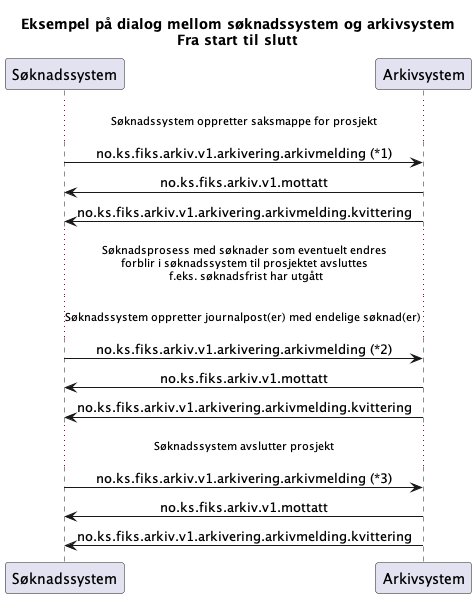
ks-no/fiks-arkiv-specification keeps this PlantUML diagram as Dokumentasjon/V1/UseCases/Søknadssystem-med-søknadsfrist/meldingsutveksling.png. Above is the earlier version.
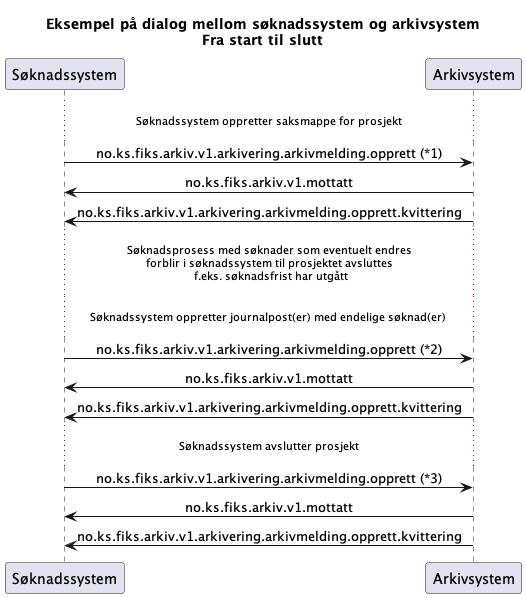
After the commit.

The edit, as a diff of the source:
```diff
@@ -8,20 +8,20 @@
 participant Arkivsystem as "Arkivsystem"
 
 ...Søknadssystem oppretter saksmappe for prosjekt...
-Søknadssystem -> Arkivsystem : no.ks.fiks.arkiv.v1.arkivering.arkivmelding (*1)
+Søknadssystem -> Arkivsystem : no.ks.fiks.arkiv.v1.arkivering.arkivmelding.opprett (*1)
 Søknadssystem <- Arkivsystem : no.ks.fiks.arkiv.v1.mottatt
-Søknadssystem <- Arkivsystem : no.ks.fiks.arkiv.v1.arkivering.arkivmelding.kvittering
+Søknadssystem <- Arkivsystem : no.ks.fiks.arkiv.v1.arkivering.arkivmelding.opprett.kvittering
 
 ... Søknadsprosess med søknader som eventuelt endres \n forblir i søknadssystem til prosjektet avsluttes \n f.eks. søknadsfrist har utgått...
 
 ...Søknadssystem oppretter journalpost(er) med endelige søknad(er) ...
-Søknadssystem -> Arkivsystem : no.ks.fiks.arkiv.v1.arkivering.arkivmelding (*2)
+Søknadssystem -> Arkivsystem : no.ks.fiks.arkiv.v1.arkivering.arkivmelding.opprett (*2)
 Søknadssystem <- Arkivsystem : no.ks.fiks.arkiv.v1.mottatt
-Søknadssystem <- Arkivsystem : no.ks.fiks.arkiv.v1.arkivering.arkivmelding.kvittering
+Søknadssystem <- Arkivsystem : no.ks.fiks.arkiv.v1.arkivering.arkivmelding.opprett.kvittering
 
 ...Søknadssystem avslutter prosjekt...
-Søknadssystem -> Arkivsystem : no.ks.fiks.arkiv.v1.arkivering.arkivmelding (*3)
+Søknadssystem -> Arkivsystem : no.ks.fiks.arkiv.v1.arkivering.arkivmelding.opprett (*3)
 Søknadssystem <- Arkivsystem : no.ks.fiks.arkiv.v1.mottatt
-Søknadssystem <- Arkivsystem : no.ks.fiks.arkiv.v1.arkivering.arkivmelding.kvittering
+Søknadssystem <- Arkivsystem : no.ks.fiks.arkiv.v1.arkivering.arkivmelding.opprett.kvittering
 
 @enduml
```
